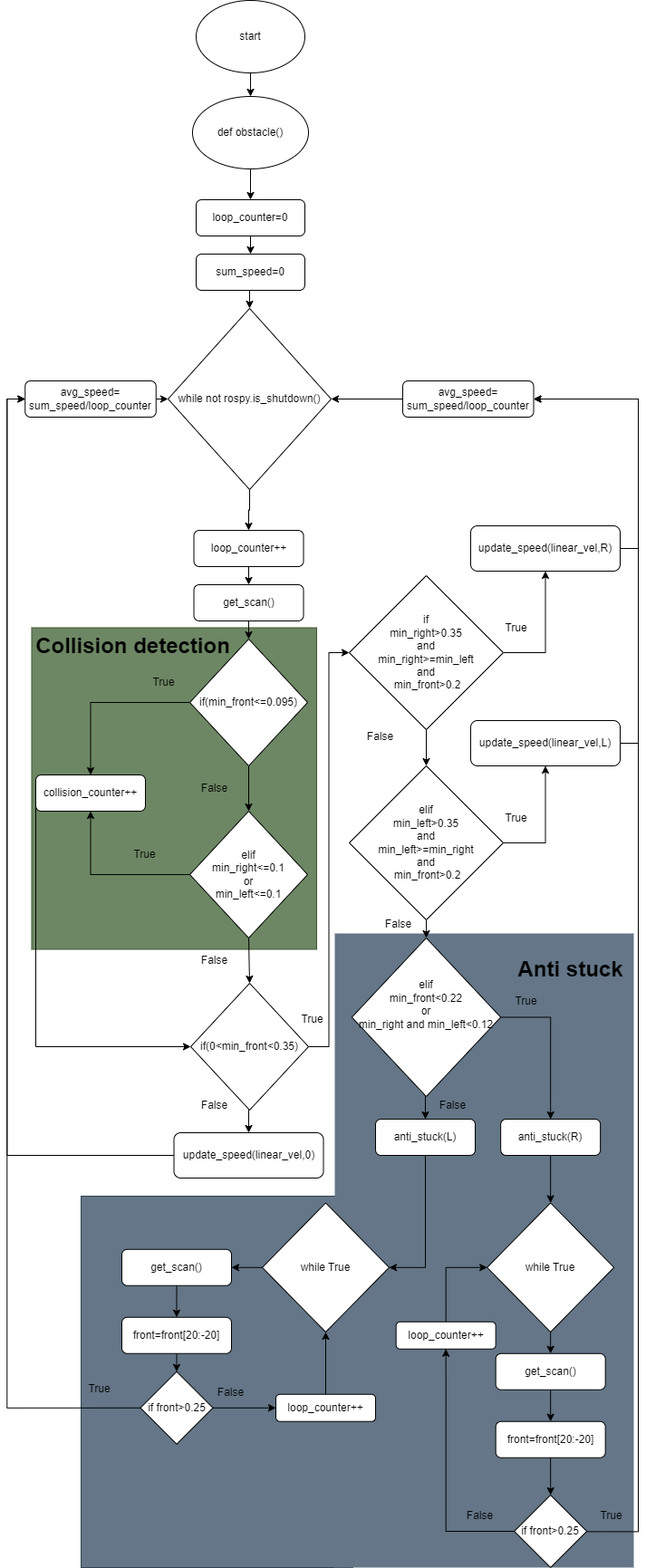
Teun0n/flowcharts keeps this draw.io diagram as Untitled Diagram.drawio.png. Above is the earlier version. Source tidied: cells renumbered, new cells last; positions are measured from the earlier drawing's top-left corner, leaving out a move shared by most shapes.
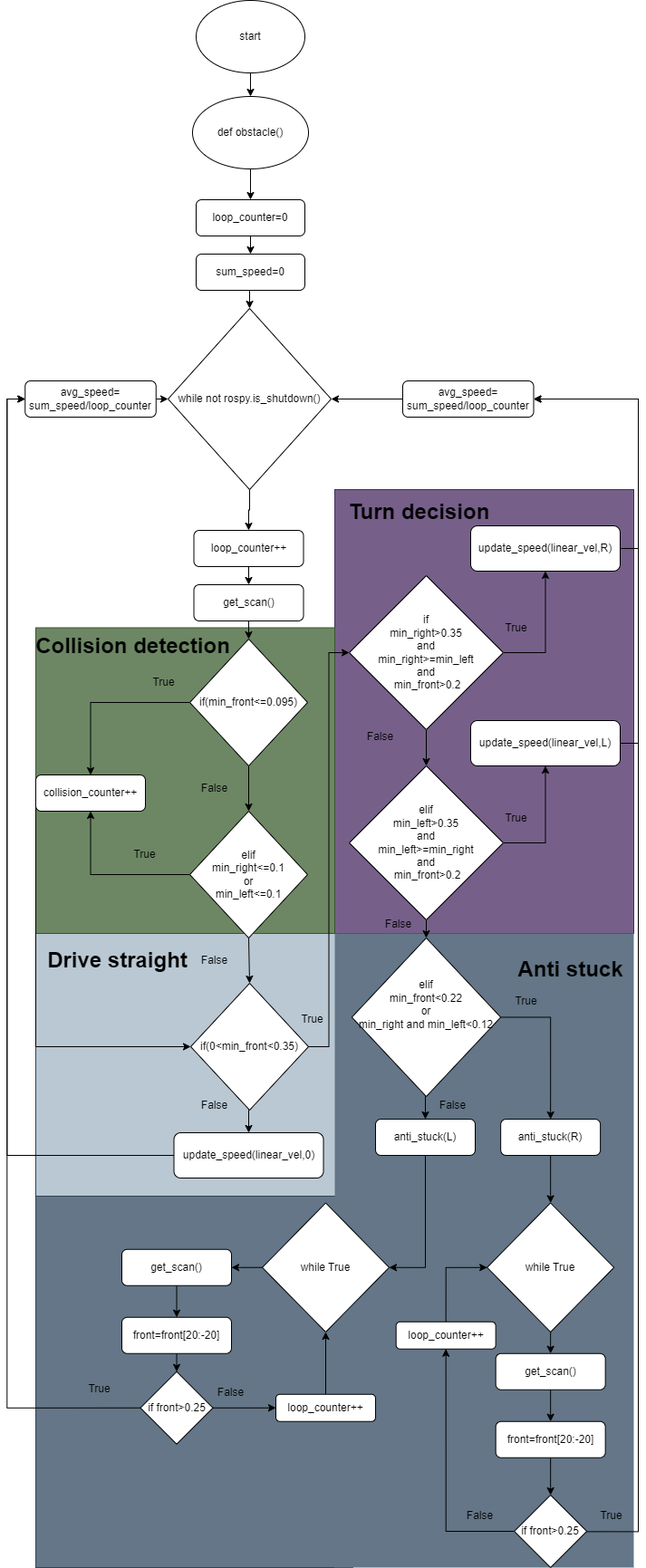
Above is the later version.

Diff of the diagram source:
```diff
@@ -2,14 +2,20 @@
   <root>
     <mxCell id="0" />
     <mxCell id="1" parent="0" />
+    <mxCell id="93" style="rounded=0;whiteSpace=wrap;html=1;fillColor=#bac8d3;strokeColor=#23445d;" parent="1" vertex="1">
+      <mxGeometry x="13" y="1030" width="350" height="290" as="geometry" />
+    </mxCell>
+    <mxCell id="94" style="rounded=0;whiteSpace=wrap;html=1;fillColor=#76608a;fontColor=#ffffff;strokeColor=#432D57;" parent="1" vertex="1">
+      <mxGeometry x="343" y="540" width="330" height="490" as="geometry" />
+    </mxCell>
     <mxCell id="2" style="rounded=0;whiteSpace=wrap;html=1;fillColor=#647687;fontColor=#ffffff;strokeColor=#314354;" parent="1" vertex="1">
-      <mxGeometry x="63" y="1320" width="300" height="410" as="geometry" />
+      <mxGeometry x="13" y="1320" width="350" height="410" as="geometry" />
     </mxCell>
     <mxCell id="3" style="rounded=0;whiteSpace=wrap;html=1;fillColor=#647687;fontColor=#ffffff;strokeColor=none;" parent="1" vertex="1">
       <mxGeometry x="343" y="1030" width="330" height="700" as="geometry" />
     </mxCell>
     <mxCell id="4" style="rounded=0;whiteSpace=wrap;html=1;fillColor=#6d8764;strokeColor=#3A5431;fontColor=#ffffff;" parent="1" vertex="1">
-      <mxGeometry x="8.5" y="692.5" width="314.5" height="355" as="geometry" />
+      <mxGeometry x="13" y="692.5" width="330" height="337.5" as="geometry" />
     </mxCell>
     <mxCell id="5" style="edgeStyle=orthogonalEdgeStyle;rounded=0;jettySize=auto;html=1;exitX=0.5;exitY=1;exitDx=0;exitDy=0;" parent="1" edge="1" source="7" target="9">
       <mxGeometry relative="1" as="geometry" />
@@ -285,5 +291,11 @@
     <mxCell id="92" value="&lt;h1&gt;Anti stuck&lt;/h1&gt;" style="text;html=1;align=center;verticalAlign=middle;strokeColor=none;fillColor=none;" parent="1" vertex="1">
       <mxGeometry x="533" y="1035" width="140" height="70" as="geometry" />
     </mxCell>
+    <mxCell id="95" value="&lt;h1&gt;Turn decision&lt;/h1&gt;" style="text;html=1;align=center;verticalAlign=middle;strokeColor=none;fillColor=none;" parent="1" vertex="1">
+      <mxGeometry x="346.2" y="530" width="180" height="70" as="geometry" />
+    </mxCell>
+    <mxCell id="96" value="&lt;h1&gt;Drive straight&lt;/h1&gt;" style="text;html=1;align=center;verticalAlign=middle;strokeColor=none;fillColor=none;" parent="1" vertex="1">
+      <mxGeometry x="13" y="1025" width="180" height="70" as="geometry" />
+    </mxCell>
   </root>
 </mxGraphModel>
```
